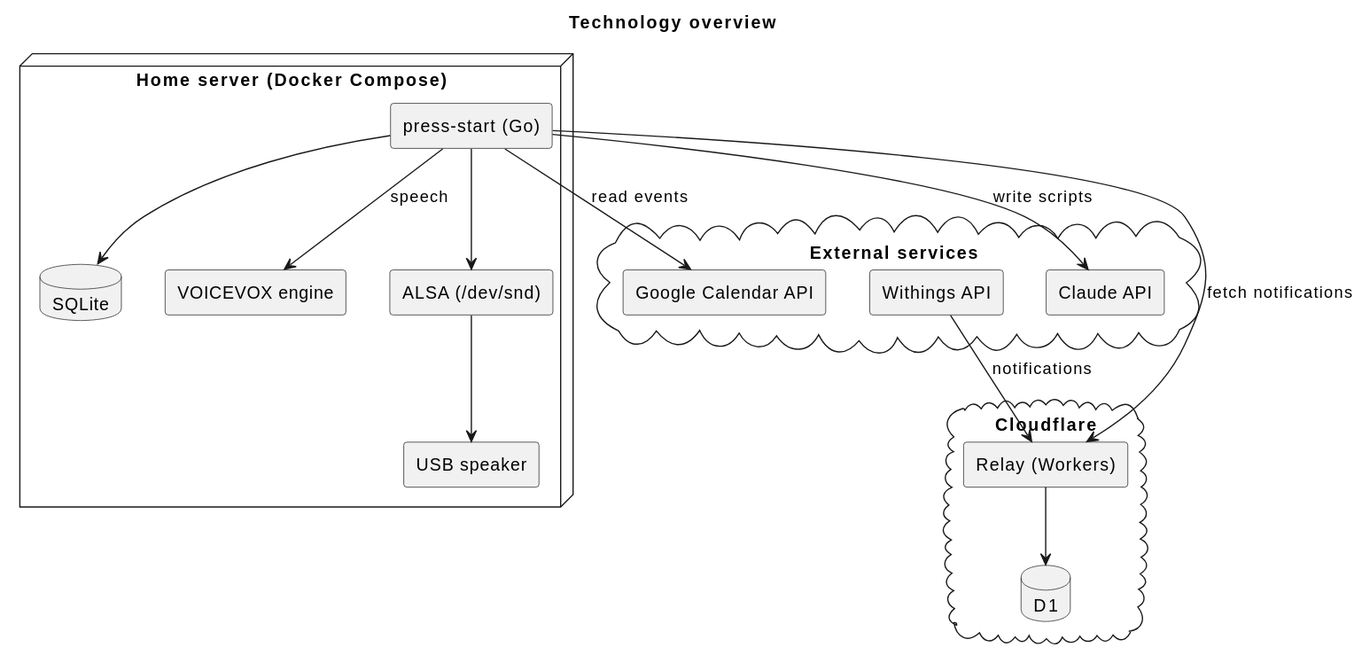
This is docs/ja/requirements/technology.svg from cloveclovedev/press-start, a PlantUML export, as it was before one commit.
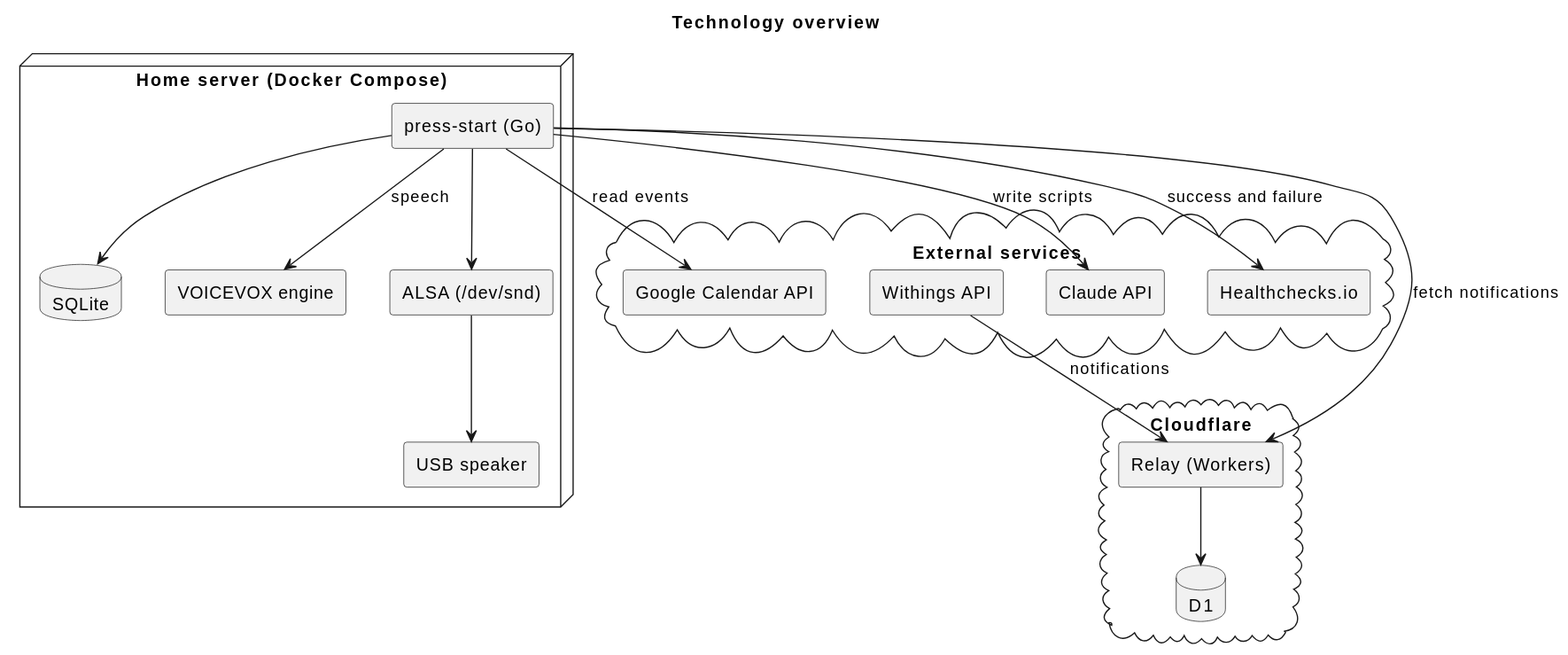
Above is the later version.

What changed in the source:
```diff
@@ -7,6 +7,7 @@
   [Google Calendar API] as gcal
   [Withings API] as withings
   [Claude API] as claude
+  [Healthchecks.io] as hc
 }
 cloud "Cloudflare" {
   [Relay (Workers)] as relay
@@ -25,6 +26,7 @@
 app --> gcal : read events
 app --> relay : fetch notifications
 app --> claude : write scripts
+app --> hc : success and failure
 app --> db
 app --> tts : speech
 app --> audio
```
